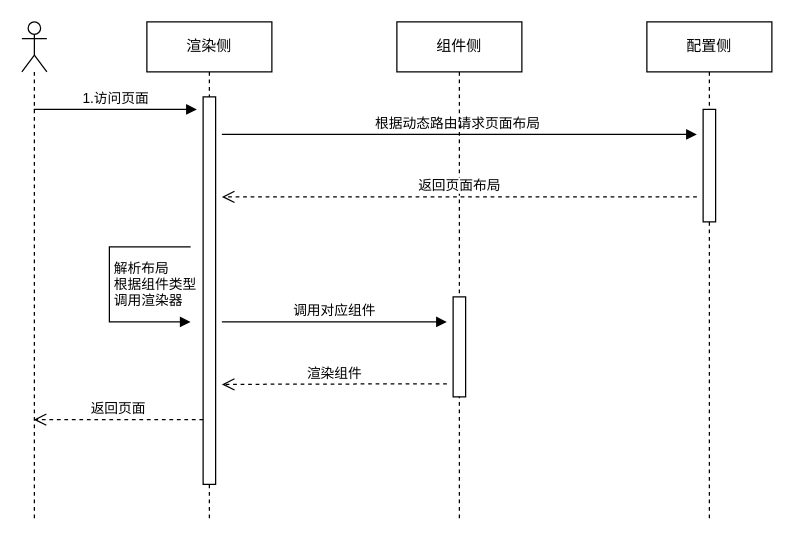
The draw.io diagram 未命名绘图.drawio in wyx1818/notion, before the edit. Source tidied: cells renumbered, new cells numbered last; positions are measured from the earlier drawing's top-left corner, leaving out a move shared by most shapes. Both pictures are drawn from the tidied source at 125%, with x=0, y=0 at pixel (21, 21).
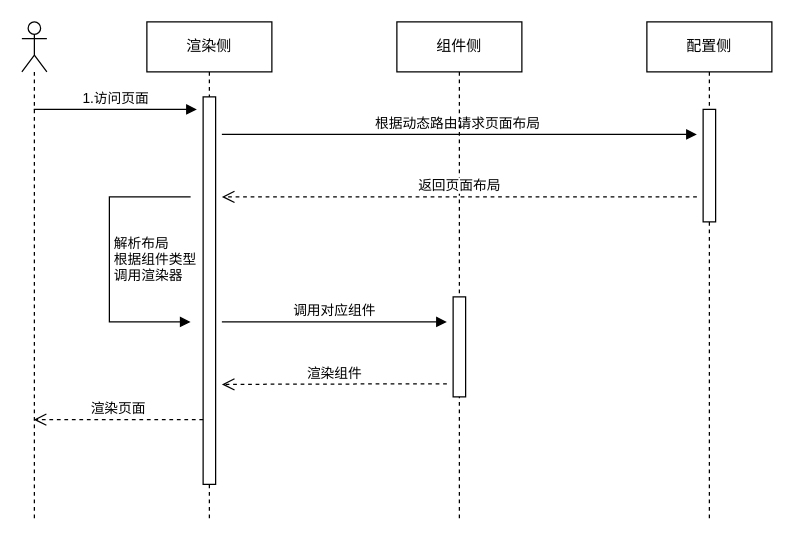
The same page after the edit.

Commit message:
更新未命名绘图.drawio

Unchanged cells that the change refers to:
```xml
<mxCell id="2" style="shape=umlLifeline;participant=umlActor;perimeter=lifelinePerimeter;whiteSpace=wrap;html=1;verticalAlign=top;spacingTop=36;outlineConnect=0;" parent="1" vertex="1">
  <mxGeometry width="20" height="400" as="geometry" />
</mxCell>
<mxCell id="4" style="html=1;points=[];perimeter=orthogonalPerimeter;" parent="3" vertex="1">
  <mxGeometry x="45" y="60" width="10" height="310" as="geometry" />
</mxCell>
```

Diff of the diagram source:
```diff
@@
-    <mxCell id="9" value="返回页面" style="html=1;verticalAlign=bottom;endArrow=open;dashed=1;endSize=8;exitX=0;exitY=0.833;exitDx=0;exitDy=0;exitPerimeter=0;" parent="1" edge="1" source="4" target="2">
+    <mxCell id="9" value="渲染页面" style="html=1;verticalAlign=bottom;endArrow=open;dashed=1;endSize=8;exitX=0;exitY=0.833;exitDx=0;exitDy=0;exitPerimeter=0;" parent="1" edge="1" source="4" target="2">
       <mxGeometry relative="1" as="geometry" />
     </mxCell>
@@
     <mxCell id="14" value="解析布局&lt;br&gt;根据组件类型&lt;br&gt;调用渲染器" style="edgeStyle=orthogonalEdgeStyle;html=1;align=left;spacingLeft=2;endArrow=block;rounded=0;" parent="1" edge="1">
       <mxGeometry relative="1" as="geometry">
-        <mxPoint x="135" y="180" as="sourcePoint" />
+        <mxPoint x="135" y="140" as="sourcePoint" />
         <mxPoint x="135" y="240" as="targetPoint" />
         <Array as="points">
-          <mxPoint x="70" y="180" />
+          <mxPoint x="135" y="140" />
+          <mxPoint x="70" y="140" />
           <mxPoint x="70" y="240" />
         </Array>
       </mxGeometry>
     </mxCell>
```
